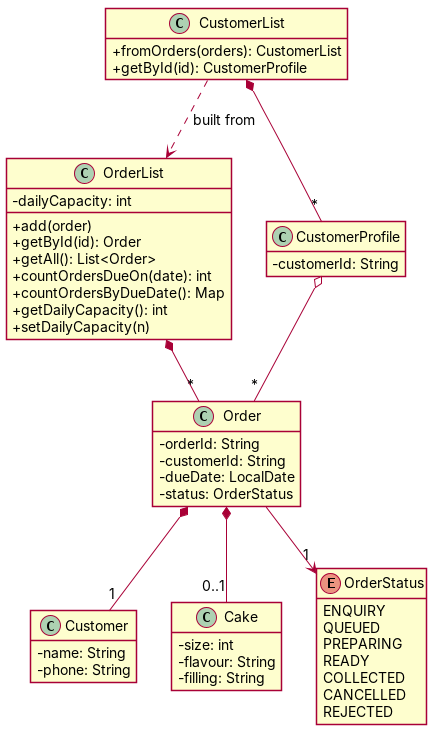
Before: docs/diagrams/ModelClassDiagram.png, a diagram exported from PlantUML (AY2627S1-CS2113-W12-1/tp). Its source is kept beside it as docs/diagrams/ModelClassDiagram.puml.
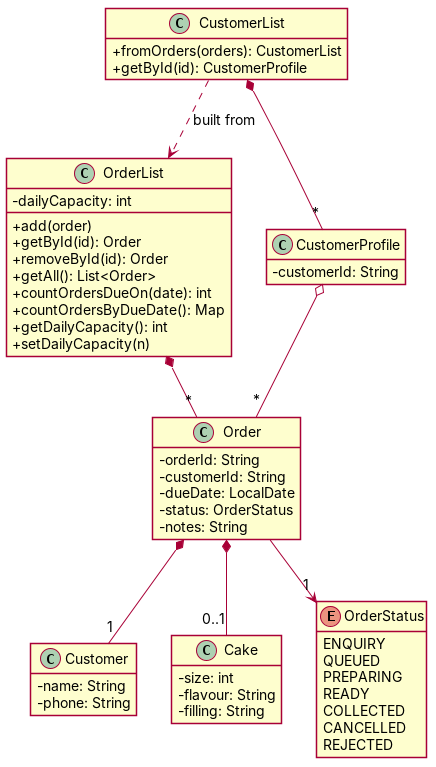
After the change.

Diff of the diagram source:
```diff
@@ -8,6 +8,7 @@
   - dailyCapacity: int
   + add(order)
   + getById(id): Order
+  + removeById(id): Order
   + getAll(): List<Order>
   + countOrdersDueOn(date): int
   + countOrdersByDueDate(): Map
@@ -20,6 +21,7 @@
   - customerId: String
   - dueDate: LocalDate
   - status: OrderStatus
+  - notes: String
 }
 
 class Customer {
```
